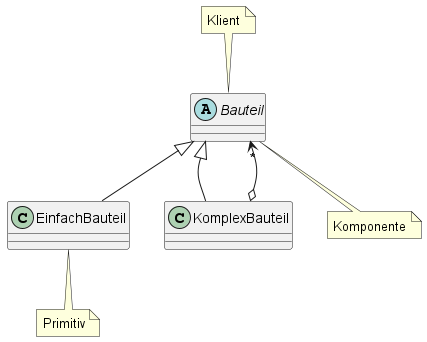
The PlantUML diagram dojo-dungeon/todo-assets/Fragen_Pattern/UML_Klassendiagramm3.png in Dungeon-CampusMinden/Dungeon, before a commit.
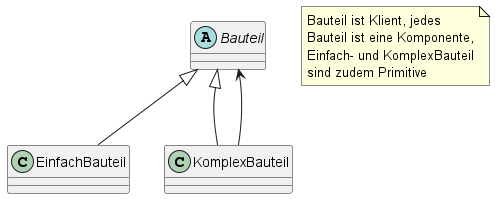
The same diagram one commit later.

What changed in the source:
```diff
@@ -2,12 +2,6 @@
 abstract Bauteil
 Bauteil <|-- EinfachBauteil
 Bauteil <|-- KomplexBauteil
-Bauteil -[hidden]- KomplexBauteil
-Bauteil "*" <--o KomplexBauteil
-note "Klient" as n0
-note "Primitiv" as n1
-note "Komponente" as n2
-n0 .. Bauteil
-EinfachBauteil .. n1
-Bauteil .. n2
+Bauteil <-- KomplexBauteil
+note "Bauteil ist Klient, jedes\nBauteil ist eine Komponente,\nEinfach- und KomplexBauteil\nsind zudem Primitive" as n0
 @enduml
```
